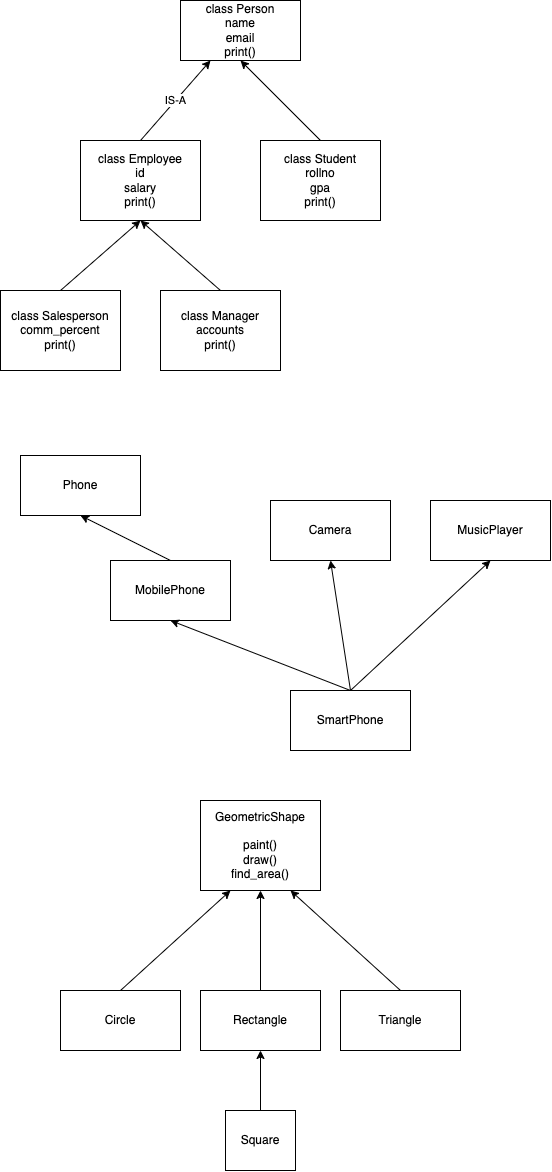
This is examples/concepts.dio.png from vinod-kayartaya/target-python-june-2024-2, a draw.io export, as it was before one commit. Source tidied: cells renumbered, new cells last; positions are measured from the earlier drawing's top-left corner, leaving out a move shared by most shapes.
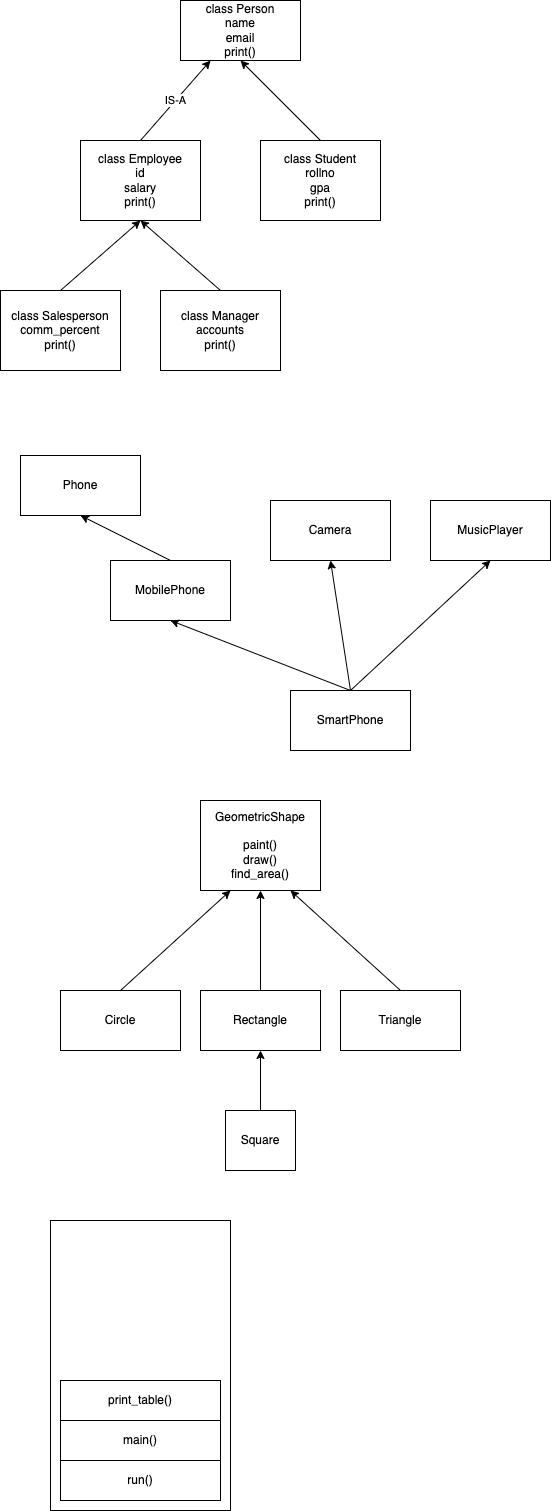
Later version of the same file.

Change to the diagram source:
```diff
@@ -83,5 +83,17 @@
     <mxCell id="28" value="Square" style="rounded=0;whiteSpace=wrap;html=1;" parent="1" vertex="1">
       <mxGeometry x="225" y="1110" width="70" height="60" as="geometry" />
     </mxCell>
+    <mxCell id="29" style="rounded=0;whiteSpace=wrap;html=1;" parent="1" vertex="1">
+      <mxGeometry x="50" y="1220" width="180" height="290" as="geometry" />
+    </mxCell>
+    <mxCell id="30" value="run()" style="rounded=0;whiteSpace=wrap;html=1;" parent="1" vertex="1">
+      <mxGeometry x="60" y="1460" width="160" height="40" as="geometry" />
+    </mxCell>
+    <mxCell id="31" value="main()" style="rounded=0;whiteSpace=wrap;html=1;" parent="1" vertex="1">
+      <mxGeometry x="60" y="1420" width="160" height="40" as="geometry" />
+    </mxCell>
+    <mxCell id="32" value="print_table()" style="rounded=0;whiteSpace=wrap;html=1;" parent="1" vertex="1">
+      <mxGeometry x="60" y="1380" width="160" height="40" as="geometry" />
+    </mxCell>
   </root>
 </mxGraphModel>
```
